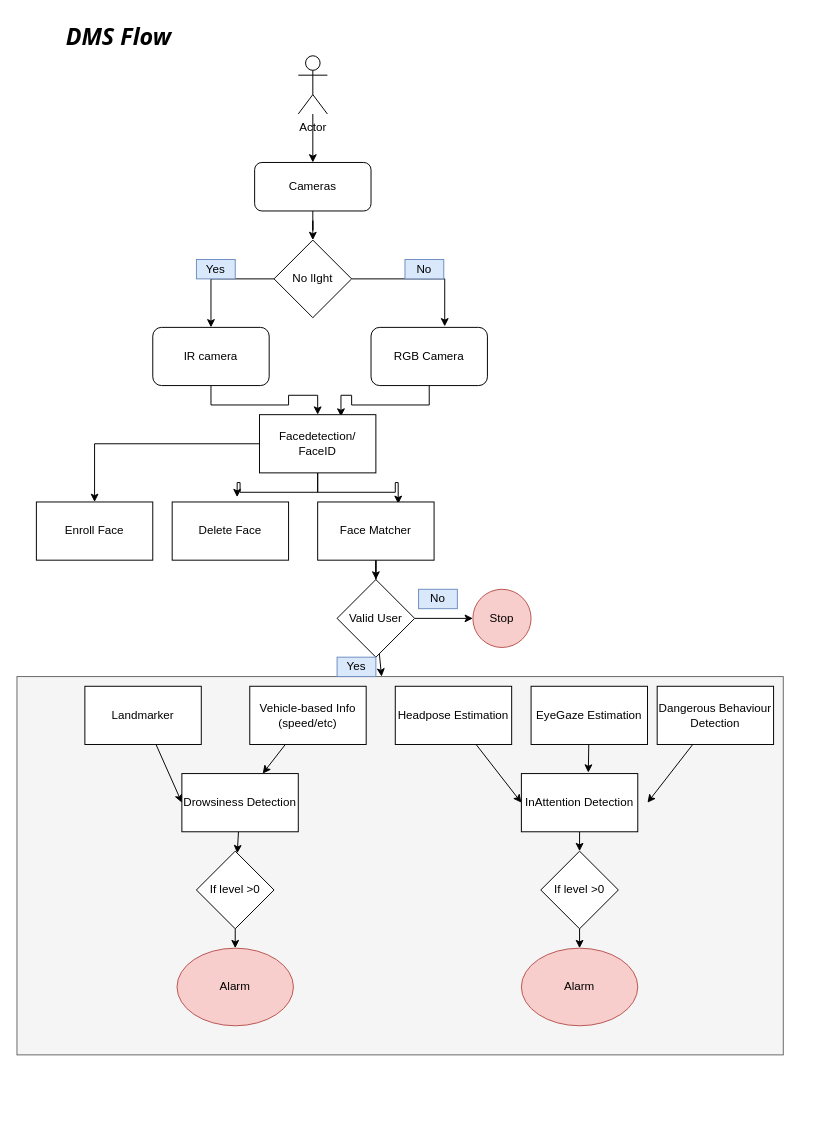
This is DMS Flow Diagram.drawio from vuthede/MyHelperModule, a draw.io file, before an edit. Source tidied: cells renumbered, new cells numbered last; positions are measured from the earlier drawing's top-left corner, leaving out a move shared by most shapes. Both pictures are drawn from the tidied source at 97%, with x=0, y=0 at pixel (16, 16).
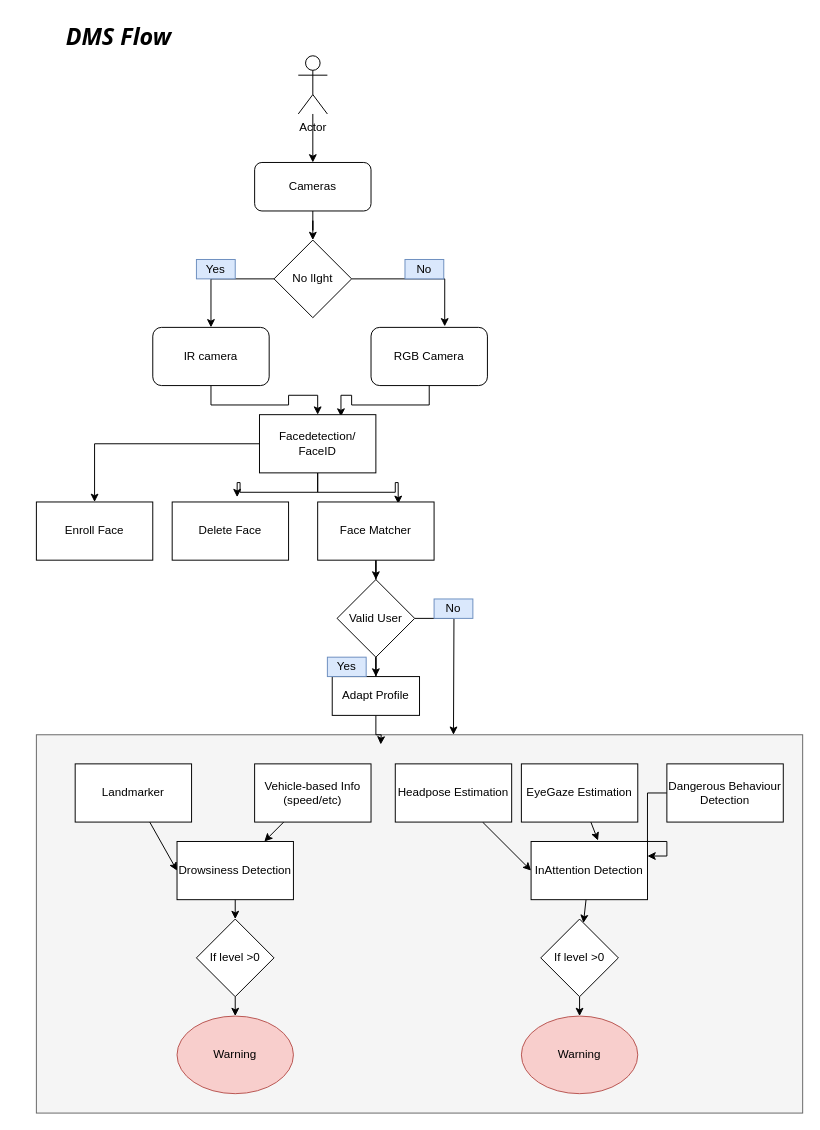
Above is the later version.

The change refers to these unchanged cells:
```xml
<mxCell id="24" value="Valid User" style="rhombus;whiteSpace=wrap;html=1;" parent="1" vertex="1">
  <mxGeometry x="330" y="580" width="80" height="80" as="geometry" />
</mxCell>
```

What changed in the source:
```diff
@@
     <mxCell id="2" style="rounded=0;whiteSpace=wrap;html=1;fillColor=#f5f5f5;strokeColor=#666666;fontColor=#333333;" parent="1" vertex="1">
-      <mxGeometry y="680" width="790" height="390" as="geometry" />
+      <mxGeometry x="20" y="740" width="790" height="390" as="geometry" />
     </mxCell>
@@
-    <mxCell id="22" style="edgeStyle=none;rounded=0;jettySize=auto;html=1;" parent="1" edge="1" source="24" target="2">
-      <mxGeometry relative="1" as="geometry" />
-    </mxCell>
-    <mxCell id="23" style="edgeStyle=none;rounded=0;jettySize=auto;html=1;" parent="1" edge="1" source="24" target="47">
-      <mxGeometry relative="1" as="geometry" />
-    </mxCell>
+    <mxCell id="51" style="edgeStyle=orthogonalEdgeStyle;rounded=0;jettySize=auto;html=1;" parent="1" edge="1" source="24" target="55">
+      <mxGeometry relative="1" as="geometry" />
+    </mxCell>
+    <mxCell id="52" style="edgeStyle=orthogonalEdgeStyle;rounded=0;jettySize=auto;html=1;" parent="1" edge="1" source="24">
+      <mxGeometry relative="1" as="geometry">
+        <mxPoint x="450" y="740" as="targetPoint" />
+      </mxGeometry>
+    </mxCell>
@@
     <mxCell id="26" value="Landmarker" style="rounded=0;whiteSpace=wrap;html=1;" parent="1" vertex="1">
-      <mxGeometry x="70" y="690" width="120" height="60" as="geometry" />
+      <mxGeometry x="60" y="770" width="120" height="60" as="geometry" />
     </mxCell>
@@
     <mxCell id="28" value="EyeGaze Estimation" style="rounded=0;whiteSpace=wrap;html=1;" parent="1" vertex="1">
-      <mxGeometry x="530" y="690" width="120" height="60" as="geometry" />
+      <mxGeometry x="520" y="770" width="120" height="60" as="geometry" />
     </mxCell>
@@
     <mxCell id="30" value="Headpose Estimation" style="rounded=0;whiteSpace=wrap;html=1;" parent="1" vertex="1">
-      <mxGeometry x="390" y="690" width="120" height="60" as="geometry" />
+      <mxGeometry x="390" y="770" width="120" height="60" as="geometry" />
     </mxCell>
@@
     <mxCell id="32" value="Vehicle-based Info&lt;br&gt;(speed/etc)" style="rounded=0;whiteSpace=wrap;html=1;" parent="1" vertex="1">
-      <mxGeometry x="240" y="690" width="120" height="60" as="geometry" />
+      <mxGeometry x="245" y="770" width="120" height="60" as="geometry" />
     </mxCell>
-    <mxCell id="33" style="edgeStyle=none;rounded=0;jettySize=auto;html=1;" parent="1" edge="1" source="34">
-      <mxGeometry relative="1" as="geometry">
-        <mxPoint x="650" y="810" as="targetPoint" />
-      </mxGeometry>
-    </mxCell>
+    <mxCell id="53" style="edgeStyle=orthogonalEdgeStyle;rounded=0;jettySize=auto;html=1;entryX=1;entryY=0.25;entryDx=0;entryDy=0;" parent="1" edge="1" source="34" target="38">
+      <mxGeometry relative="1" as="geometry" />
+    </mxCell>
     <mxCell id="34" value="Dangerous Behaviour Detection" style="rounded=0;whiteSpace=wrap;html=1;" parent="1" vertex="1">
-      <mxGeometry x="660" y="690" width="120" height="60" as="geometry" />
+      <mxGeometry x="670" y="770" width="120" height="60" as="geometry" />
     </mxCell>
@@
     <mxCell id="36" value="Drowsiness Detection" style="rounded=0;whiteSpace=wrap;html=1;" parent="1" vertex="1">
-      <mxGeometry x="170" y="780" width="120" height="60" as="geometry" />
+      <mxGeometry x="165" y="850" width="120" height="60" as="geometry" />
     </mxCell>
@@
     <mxCell id="38" value="InAttention Detection" style="rounded=0;whiteSpace=wrap;html=1;" parent="1" vertex="1">
-      <mxGeometry x="520" y="780" width="120" height="60" as="geometry" />
+      <mxGeometry x="530" y="850" width="120" height="60" as="geometry" />
     </mxCell>
@@
     <mxCell id="40" value="If level &amp;gt;0" style="rhombus;whiteSpace=wrap;html=1;" parent="1" vertex="1">
-      <mxGeometry x="185" y="860" width="80" height="80" as="geometry" />
+      <mxGeometry x="185" y="930" width="80" height="80" as="geometry" />
     </mxCell>
@@
     <mxCell id="42" value="If level &amp;gt;0" style="rhombus;whiteSpace=wrap;html=1;" parent="1" vertex="1">
-      <mxGeometry x="540" y="860" width="80" height="80" as="geometry" />
+      <mxGeometry x="540" y="930" width="80" height="80" as="geometry" />
     </mxCell>
-    <mxCell id="43" value="Alarm" style="ellipse;whiteSpace=wrap;html=1;fillColor=#f8cecc;strokeColor=#b85450;" parent="1" vertex="1">
-      <mxGeometry x="165" y="960" width="120" height="80" as="geometry" />
+    <mxCell id="43" value="Warning" style="ellipse;whiteSpace=wrap;html=1;fillColor=#f8cecc;strokeColor=#b85450;" parent="1" vertex="1">
+      <mxGeometry x="165" y="1030" width="120" height="80" as="geometry" />
     </mxCell>
-    <mxCell id="44" value="Alarm" style="ellipse;whiteSpace=wrap;html=1;fillColor=#f8cecc;strokeColor=#b85450;" parent="1" vertex="1">
-      <mxGeometry x="520" y="960" width="120" height="80" as="geometry" />
+    <mxCell id="44" value="Warning" style="ellipse;whiteSpace=wrap;html=1;fillColor=#f8cecc;strokeColor=#b85450;" parent="1" vertex="1">
+      <mxGeometry x="520" y="1030" width="120" height="80" as="geometry" />
     </mxCell>
@@
-    <mxCell id="47" value="Stop" style="ellipse;whiteSpace=wrap;html=1;strokeColor=#b85450;fillColor=#f8cecc;" parent="1" vertex="1">
-      <mxGeometry x="470" y="590" width="60" height="60" as="geometry" />
-    </mxCell>
+    <mxCell id="50" value="&lt;font style=&quot;font-size: 24px&quot; face=&quot;Tahoma&quot;&gt;&lt;b&gt;&lt;i&gt;DMS Flow&lt;/i&gt;&lt;/b&gt;&lt;/font&gt;" style="text;html=1;strokeColor=none;fillColor=none;align=center;verticalAlign=middle;whiteSpace=wrap;rounded=0;" parent="1" vertex="1">
+      <mxGeometry x="10" width="190" height="40" as="geometry" />
+    </mxCell>
+    <mxCell id="54" style="edgeStyle=orthogonalEdgeStyle;rounded=0;jettySize=auto;html=1;" parent="1" edge="1" source="55">
+      <mxGeometry relative="1" as="geometry">
+        <mxPoint x="375" y="750" as="targetPoint" />
+      </mxGeometry>
+    </mxCell>
+    <mxCell id="55" value="Adapt Profile" style="rounded=0;whiteSpace=wrap;html=1;" parent="1" vertex="1">
+      <mxGeometry x="325" y="680" width="90" height="40" as="geometry" />
+    </mxCell>
     <mxCell id="48" value="No" style="text;html=1;strokeColor=#6c8ebf;fillColor=#dae8fc;align=center;verticalAlign=middle;whiteSpace=wrap;rounded=0;" parent="1" vertex="1">
-      <mxGeometry x="414" y="590" width="40" height="20" as="geometry" />
+      <mxGeometry x="430" y="600" width="40" height="20" as="geometry" />
     </mxCell>
     <mxCell id="49" value="Yes" style="text;html=1;strokeColor=#6c8ebf;fillColor=#dae8fc;align=center;verticalAlign=middle;whiteSpace=wrap;rounded=0;" parent="1" vertex="1">
-      <mxGeometry x="330" y="660" width="40" height="20" as="geometry" />
+      <mxGeometry x="320" y="660" width="40" height="20" as="geometry" />
     </mxCell>
-    <mxCell id="50" value="&lt;font style=&quot;font-size: 24px&quot; face=&quot;Tahoma&quot;&gt;&lt;b&gt;&lt;i&gt;DMS Flow&lt;/i&gt;&lt;/b&gt;&lt;/font&gt;" style="text;html=1;strokeColor=none;fillColor=none;align=center;verticalAlign=middle;whiteSpace=wrap;rounded=0;" parent="1" vertex="1">
-      <mxGeometry x="10" width="190" height="40" as="geometry" />
-    </mxCell>
```
